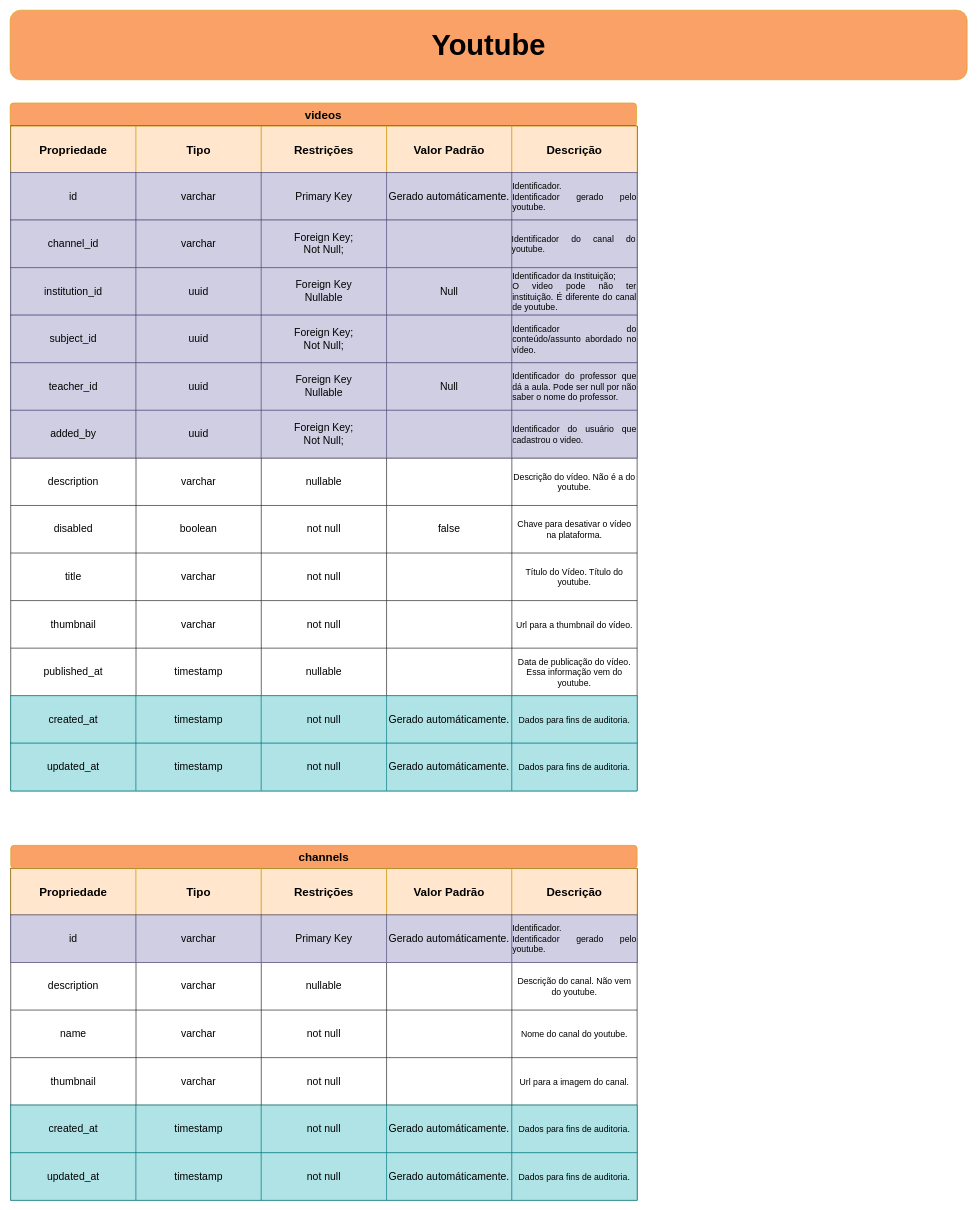
This is page "Dicionário Youtube" (5 of 7) of db_model.drawio from SevenSeas-Tech/demen-backend, a draw.io file, before an edit. Source tidied: cells renumbered, new cells numbered last; positions are measured from the earlier drawing's top-left corner, leaving out a move shared by most shapes. Both pictures are drawn from the tidied source at 58%, with x=0, y=0 at pixel (10, 10).
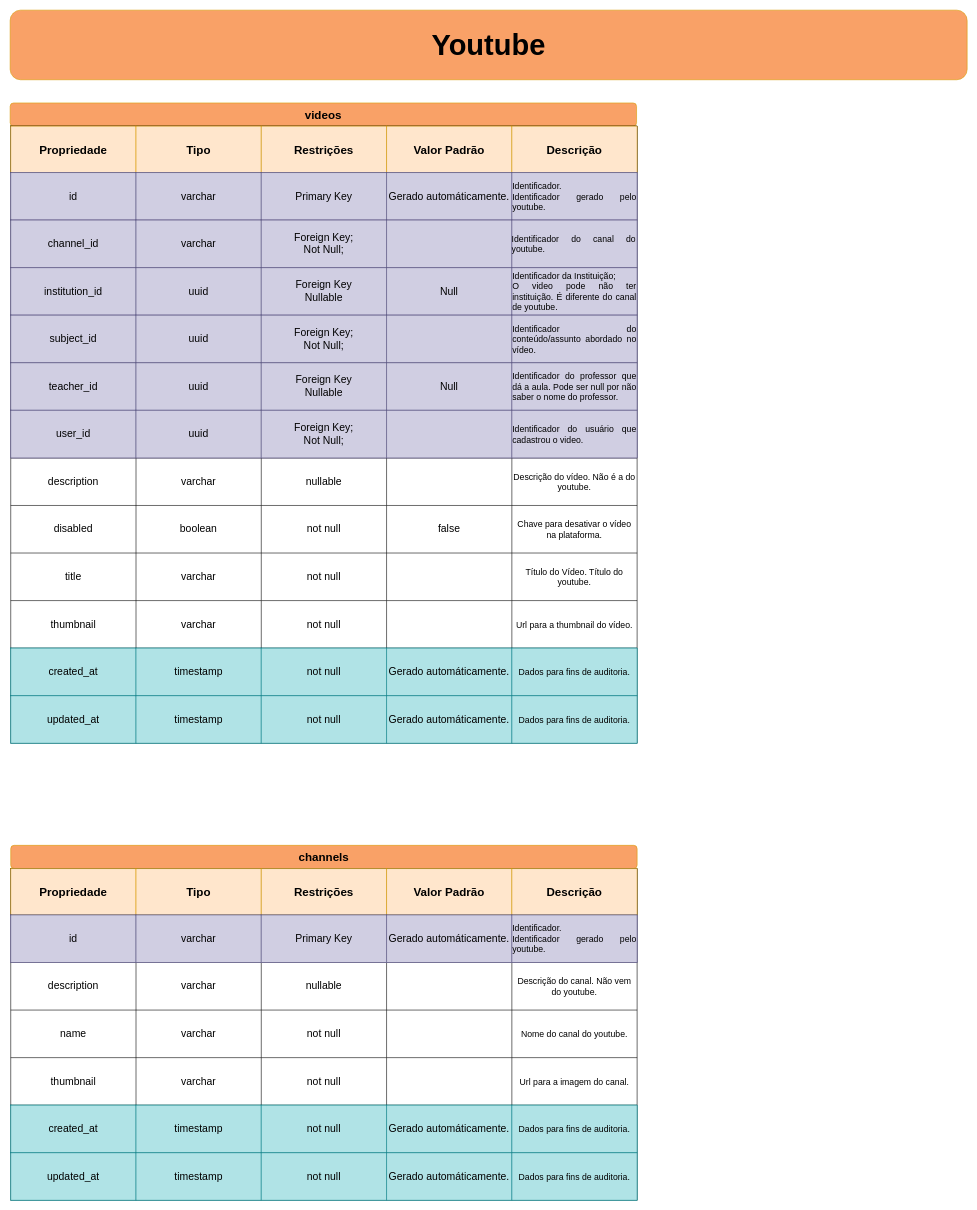
The same diagram, later.

Unchanged cells that the change refers to:
```xml
<mxCell id="41" style="shape=tableRow;horizontal=0;startSize=0;swimlaneHead=0;swimlaneBody=0;top=1;left=1;bottom=1;right=1;fillColor=#d0cee2;fontSize=12;strokeColor=#56517e;" parent="4" vertex="1">
  <mxGeometry y="490" width="1080" height="82" as="geometry" />
</mxCell>
```

The edit, as a diff of the source:
```diff
@@
     <mxCell id="4" style="shape=table;startSize=0;childLayout=tableLayout;fontSize=12;rounded=1;" parent="1" vertex="1">
-      <mxGeometry x="1" y="200" width="1080" height="1146" as="geometry" />
+      <mxGeometry x="1" y="200" width="1080" height="1064" as="geometry" />
     </mxCell>
@@
-    <mxCell id="42" value="added_by" style="shape=partialRectangle;html=1;whiteSpace=wrap;overflow=hidden;fillColor=#d0cee2;top=1;left=1;bottom=1;right=1;fontSize=18;strokeColor=#56517e;" parent="41" vertex="1">
+    <mxCell id="42" value="user_id" style="shape=partialRectangle;html=1;whiteSpace=wrap;overflow=hidden;fillColor=#d0cee2;top=1;left=1;bottom=1;right=1;fontSize=18;strokeColor=#56517e;" parent="41" vertex="1">
       <mxGeometry width="216" height="82" as="geometry" />
     </mxCell>
@@
-    <mxCell id="71" style="shape=tableRow;horizontal=0;startSize=0;swimlaneHead=0;swimlaneBody=0;top=0;left=0;bottom=0;right=0;fillColor=none;fontSize=12;" parent="4" vertex="1">
-      <mxGeometry y="900" width="1080" height="82" as="geometry" />
-    </mxCell>
-    <mxCell id="72" value="published_at" style="shape=partialRectangle;html=1;whiteSpace=wrap;overflow=hidden;fillColor=none;top=0;left=0;bottom=0;right=0;fontSize=18;" parent="71" vertex="1">
-      <mxGeometry width="216" height="82" as="geometry" />
-    </mxCell>
-    <mxCell id="73" value="timestamp" style="shape=partialRectangle;html=1;whiteSpace=wrap;overflow=hidden;fillColor=none;top=0;left=0;bottom=0;right=0;fontSize=18;" parent="71" vertex="1">
-      <mxGeometry x="216" width="216" height="82" as="geometry" />
-    </mxCell>
-    <mxCell id="74" value="nullable" style="shape=partialRectangle;html=1;whiteSpace=wrap;overflow=hidden;fillColor=none;top=0;left=0;bottom=0;right=0;fontSize=18;" parent="71" vertex="1">
-      <mxGeometry x="432" width="216" height="82" as="geometry" />
-    </mxCell>
-    <mxCell id="75" style="shape=partialRectangle;html=1;whiteSpace=wrap;overflow=hidden;fillColor=none;top=0;left=0;bottom=0;right=0;fontSize=18;" parent="71" vertex="1">
-      <mxGeometry x="648" width="216" height="82" as="geometry" />
-    </mxCell>
-    <mxCell id="76" value="Data de publicação do vídeo.&lt;br&gt;Essa informação vem do youtube." style="shape=partialRectangle;html=1;whiteSpace=wrap;overflow=hidden;fillColor=none;top=0;left=0;bottom=0;right=0;fontSize=15;" parent="71" vertex="1">
-      <mxGeometry x="864" width="216" height="82" as="geometry" />
-    </mxCell>
     <mxCell id="77" style="shape=tableRow;horizontal=0;startSize=0;swimlaneHead=0;swimlaneBody=0;top=1;left=1;bottom=1;right=1;fillColor=#b0e3e6;fontSize=12;strokeColor=#0e8088;" parent="4" vertex="1">
-      <mxGeometry y="982" width="1080" height="82" as="geometry" />
+      <mxGeometry y="900" width="1080" height="82" as="geometry" />
     </mxCell>
@@
     <mxCell id="83" style="shape=tableRow;horizontal=0;startSize=0;swimlaneHead=0;swimlaneBody=0;top=1;left=1;bottom=1;right=1;fillColor=#b0e3e6;fontSize=12;strokeColor=#0e8088;" parent="4" vertex="1">
-      <mxGeometry y="1064" width="1080" height="82" as="geometry" />
+      <mxGeometry y="982" width="1080" height="82" as="geometry" />
     </mxCell>
```
